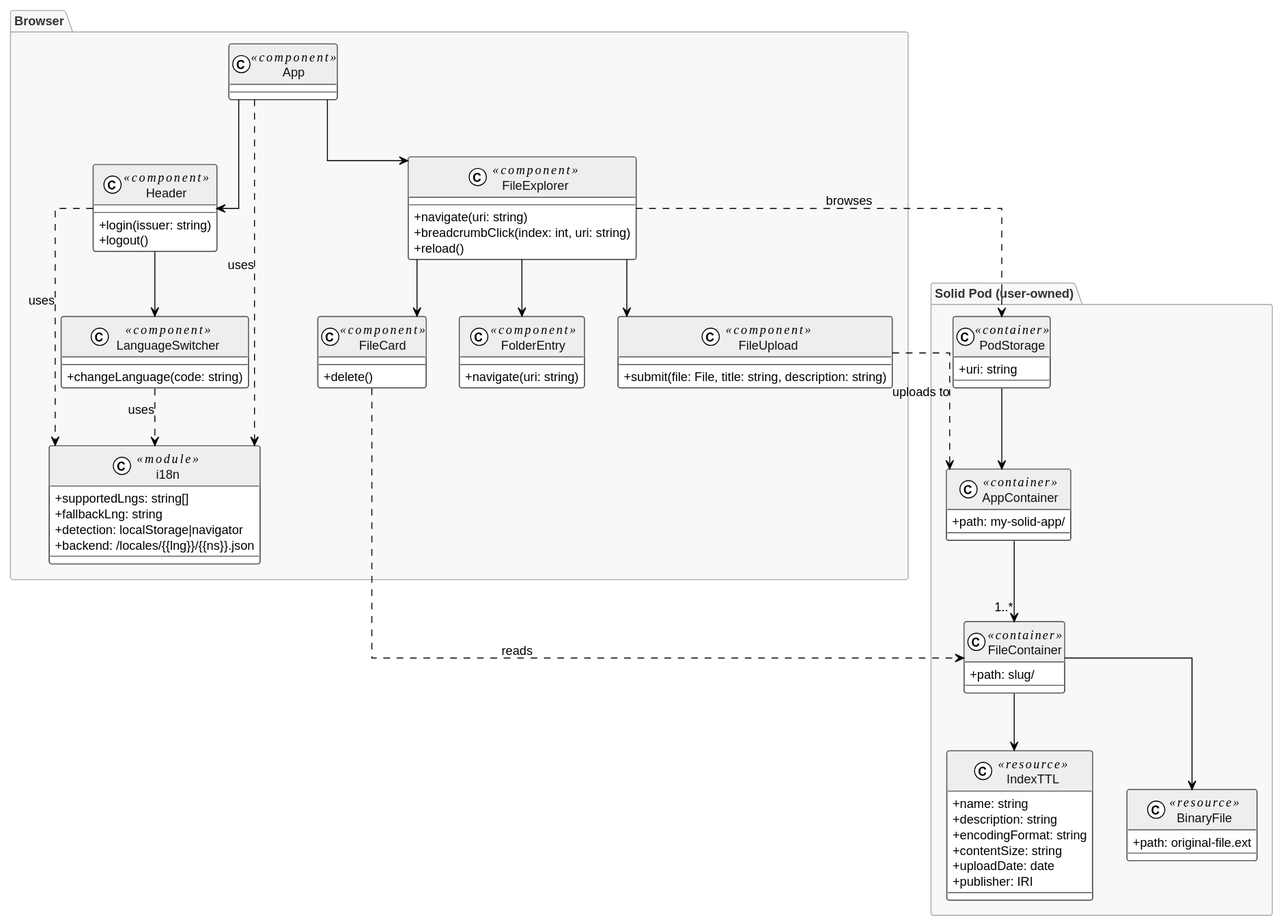
The PlantUML diagram docs/architecture.svg in WSE-research/Solid.Drive, before a commit.
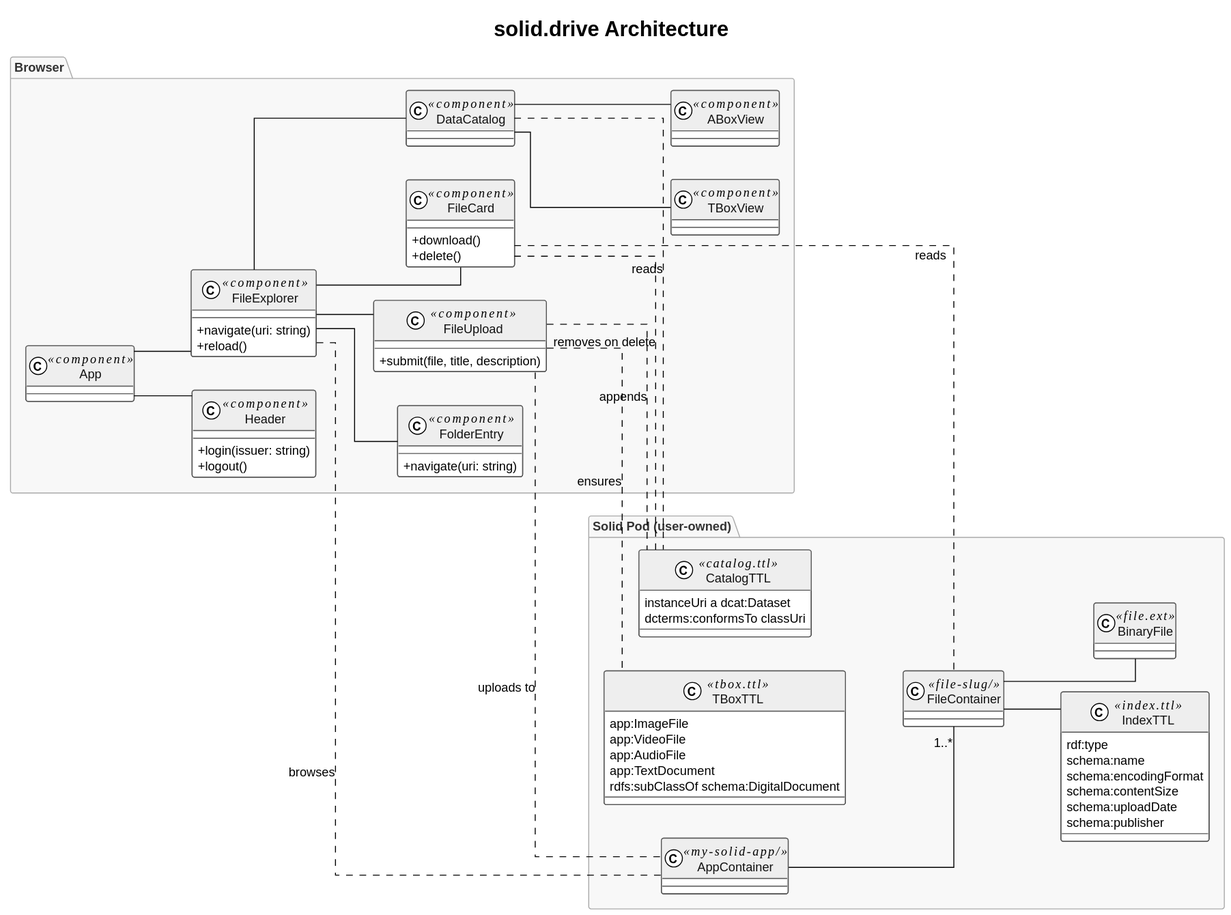
The same diagram one commit later.

Commit message:
docs: update READMEs and architecture diagram

Change to the diagram source:
```diff
@@ -1,9 +1,12 @@
 @startuml
+title solid.drive Architecture
+
 !theme plain
 skinparam defaultFontName sans-serif
 skinparam defaultFontSize 13
+skinparam classAttributeIconSize 0
+skinparam backgroundColor White
 skinparam linetype ortho
-skinparam classAttributeIconSize 0
 
 skinparam class {
   BackgroundColor White
@@ -19,36 +22,28 @@
   FontStyle Bold
 }
 
-skinparam note {
-  BackgroundColor #FFFFF0
-  BorderColor #AAAAAA
-}
+left to right direction
 
 package "Browser" {
 
-  class App <<component>> {
-  }
+  class App <<component>>
 
   class Header <<component>> {
     +login(issuer: string)
     +logout()
   }
 
-  class LanguageSwitcher <<component>> {
-    +changeLanguage(code: string)
-  }
-
   class FileExplorer <<component>> {
     +navigate(uri: string)
-    +breadcrumbClick(index: int, uri: string)
     +reload()
   }
 
   class FileUpload <<component>> {
-    +submit(file: File, title: string, description: string)
+    +submit(file, title, description)
   }
 
   class FileCard <<component>> {
+    +download()
     +delete()
   }
 
@@ -56,58 +51,60 @@
     +navigate(uri: string)
   }
 
-  class i18n <<module>> {
-    +supportedLngs: string[]
-    +fallbackLng: string
-    +detection: localStorage|navigator
-    +backend: /locales/{{lng}}/{{ns}}.json
-  }
+  class DataCatalog <<component>>
+  class TBoxView <<component>>
+  class ABoxView <<component>>
 
-  App --> Header
-  App --> FileExplorer
-  Header --> LanguageSwitcher
-  FileExplorer --> FileUpload
-  FileExplorer --> FileCard
-  FileExplorer --> FolderEntry
-  App ..> i18n : uses
-  Header ..> i18n : uses
-  LanguageSwitcher ..> i18n : uses
+  App -- Header
+  App -- FileExplorer
+  FileExplorer -- FileUpload
+  FileExplorer -- FileCard
+  FileExplorer -- FolderEntry
+  FileExplorer -- DataCatalog
+  DataCatalog -- TBoxView
+  DataCatalog -- ABoxView
 }
 
 package "Solid Pod (user-owned)" {
 
-  class PodStorage <<container>> {
-    +uri: string
+  class TBoxTTL <<tbox.ttl>> {
+    app:ImageFile
+    app:VideoFile
+    app:AudioFile
+    app:TextDocument
+    rdfs:subClassOf schema:DigitalDocument
   }
 
-  class AppContainer <<container>> {
-    +path: my-solid-app/
+  class CatalogTTL <<catalog.ttl>> {
+    instanceUri a dcat:Dataset
+    dcterms:conformsTo classUri
   }
 
-  class FileContainer <<container>> {
-    +path: slug/
+  class AppContainer <<my-solid-app/>>
+
+  class FileContainer <<file-slug/>>
+
+  class IndexTTL <<index.ttl>> {
+    rdf:type
+    schema:name
+    schema:encodingFormat
+    schema:contentSize
+    schema:uploadDate
+    schema:publisher
   }
 
-  class IndexTTL <<resource>> {
-    +name: string
-    +description: string
-    +encodingFormat: string
-    +contentSize: string
-    +uploadDate: date
-    +publisher: IRI
-  }
+  class BinaryFile <<file.ext>>
 
-  class BinaryFile <<resource>> {
-    +path: original-file.ext
-  }
-
-  PodStorage --> AppContainer
-  AppContainer --> "1..*" FileContainer
-  FileContainer --> IndexTTL
-  FileContainer --> BinaryFile
+  AppContainer -- "1..*" FileContainer
+  FileContainer -- IndexTTL
+  FileContainer -- BinaryFile
 }
 
-FileExplorer ..> PodStorage : browses
-FileUpload ..> AppContainer : uploads to
-FileCard ..> FileContainer : reads
+FileUpload .. TBoxTTL    : ensures
+FileUpload .. CatalogTTL : appends
+FileUpload .. AppContainer : uploads to
+FileCard .. FileContainer  : reads
+FileCard .. CatalogTTL    : removes on delete
+DataCatalog .. CatalogTTL : reads
+FileExplorer .. AppContainer : browses
 @enduml
```
